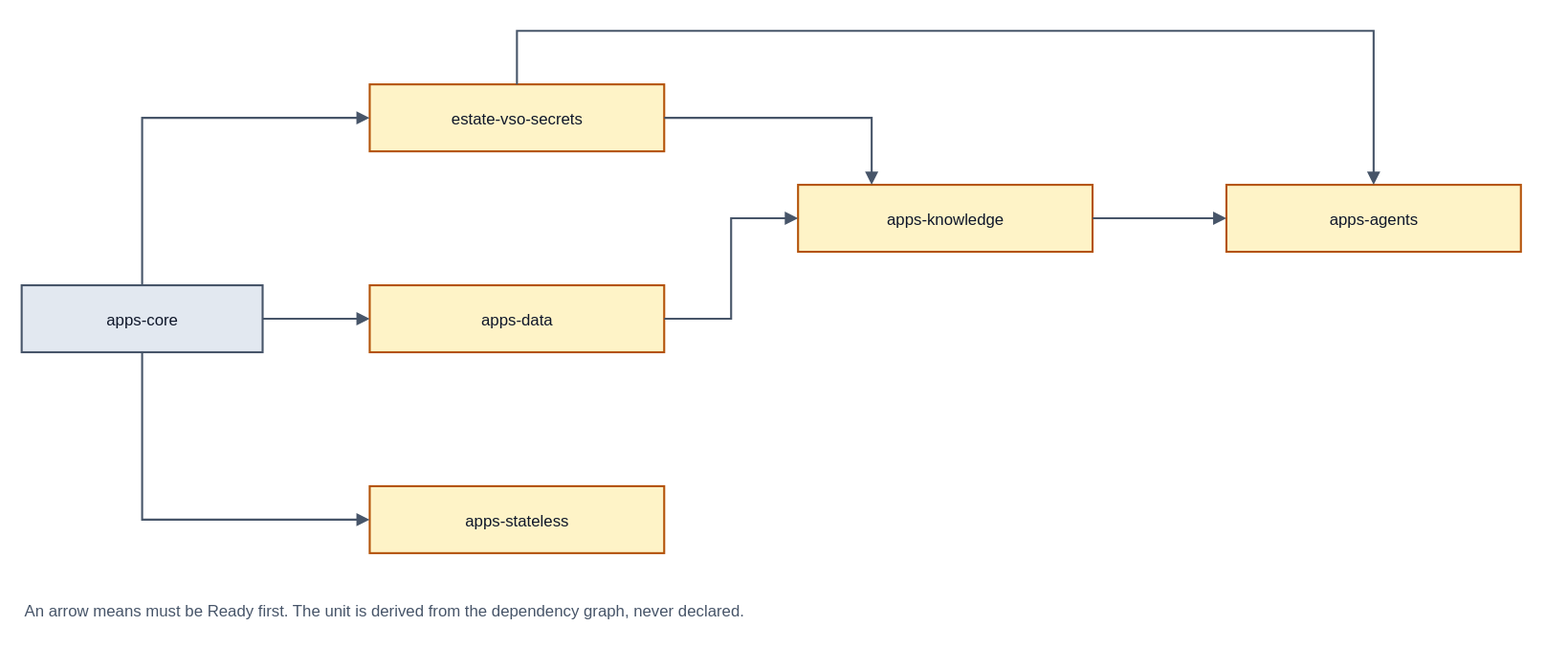
Earlier version of the draw.io export spec/v1/diagrams/20-reconcile-unit-dag.drawio.svg (JorisJonkers-dev/deploy-kit). Source tidied: cells renumbered, new cells last; positions are measured from the earlier drawing's top-left corner, leaving out a move shared by most shapes.
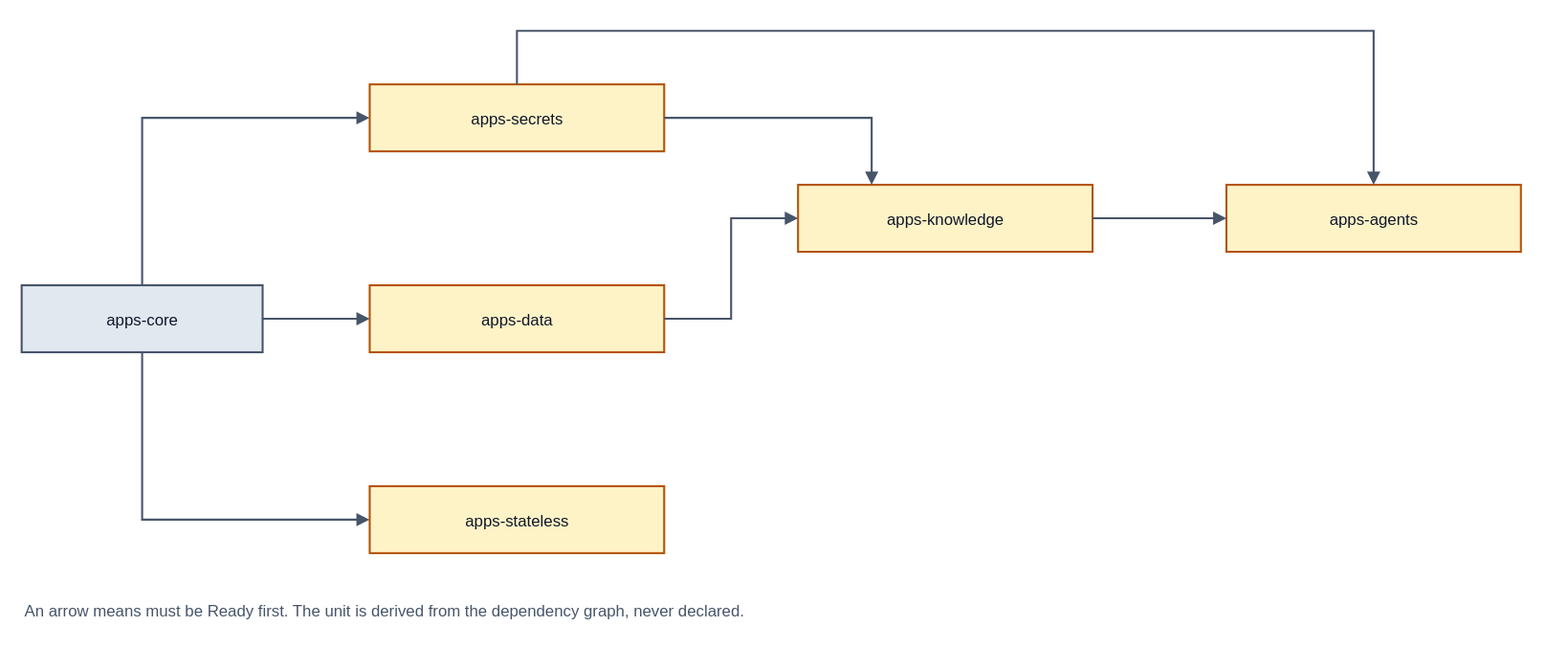
Later version of the same file.

Diff of the diagram source:
```diff
@@ -5,7 +5,7 @@
     <mxCell id="2" value="apps-core" style="rounded=0;whiteSpace=nowrap;html=0;align=center;verticalAlign=middle;fillColor=#e2e8f0;strokeColor=#475569;strokeWidth=1.5;fontFamily=Helvetica;fontSize=12;fontColor=#0f172a;" parent="1" vertex="1">
       <mxGeometry y="190" width="180" height="50" as="geometry" />
     </mxCell>
-    <mxCell id="3" value="estate-vso-secrets" style="rounded=0;whiteSpace=nowrap;html=0;align=center;verticalAlign=middle;fillColor=#fef3c7;strokeColor=#b45309;strokeWidth=1.5;fontFamily=Helvetica;fontSize=12;fontColor=#0f172a;" parent="1" vertex="1">
+    <mxCell id="3" value="apps-secrets" style="rounded=0;whiteSpace=nowrap;html=0;align=center;verticalAlign=middle;fillColor=#fef3c7;strokeColor=#b45309;strokeWidth=1.5;fontFamily=Helvetica;fontSize=12;fontColor=#0f172a;" parent="1" vertex="1">
       <mxGeometry x="260" y="40" width="220" height="50" as="geometry" />
     </mxCell>
     <mxCell id="4" value="apps-data" style="rounded=0;whiteSpace=nowrap;html=0;align=center;verticalAlign=middle;fillColor=#fef3c7;strokeColor=#b45309;strokeWidth=1.5;fontFamily=Helvetica;fontSize=12;fontColor=#0f172a;" parent="1" vertex="1">
```
